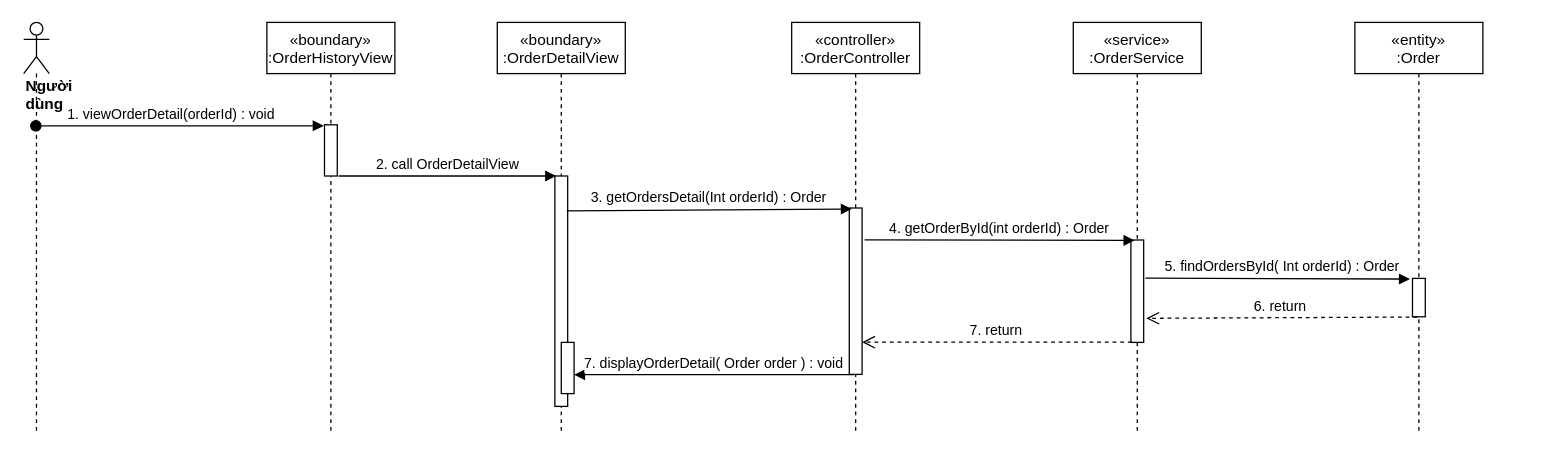
The draw.io diagram sequence diagram/view-OrderDetail.drawio in nguyenphamvan/datn_20202, before the edit. Source tidied: cells renumbered, new cells numbered last; positions are measured from the earlier drawing's top-left corner, leaving out a move shared by most shapes. Both pictures are drawn from the tidied source at 128%, with x=0, y=0 at pixel (23, 22).
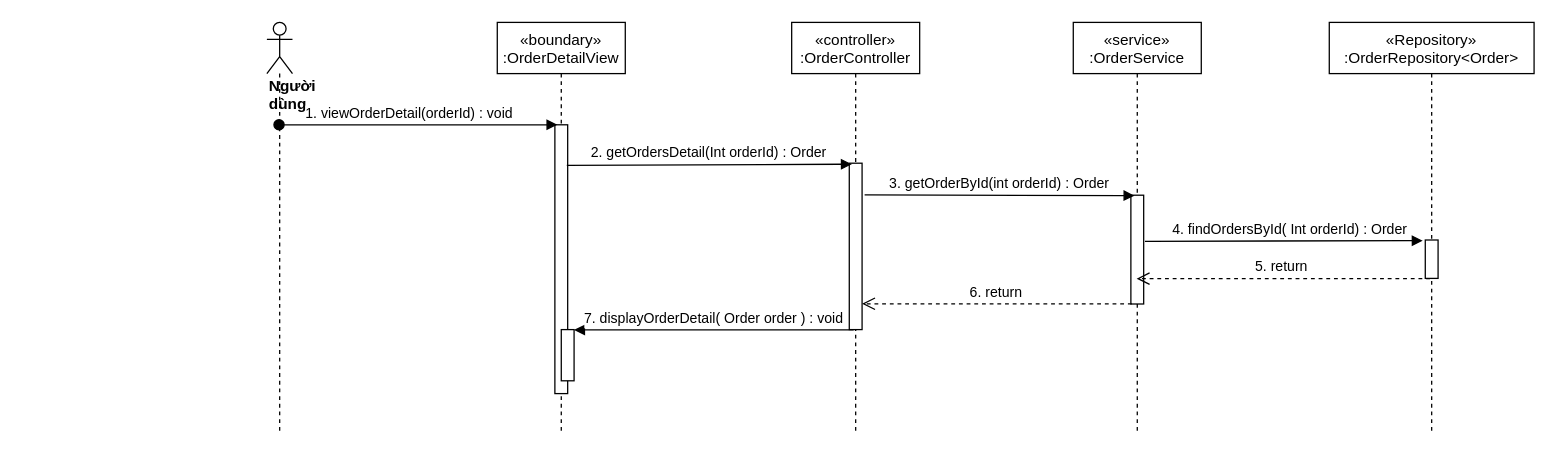
Above is the later version.

The change refers to these unchanged cells:
```xml
<mxCell id="2" value="«boundary»&#10;:OrderDetailView" style="shape=umlLifeline;perimeter=lifelinePerimeter;rounded=0;shadow=0;strokeWidth=1;" parent="1" vertex="1">
  <mxGeometry x="370" width="100" height="320" as="geometry" />
</mxCell>
<mxCell id="5" value="«controller»&#10;:OrderController" style="shape=umlLifeline;perimeter=lifelinePerimeter;rounded=0;shadow=0;strokeWidth=1;" parent="1" vertex="1">
  <mxGeometry x="600" width="100" height="320" as="geometry" />
</mxCell>
<mxCell id="9" value="«service»&#10;:OrderService" style="shape=umlLifeline;perimeter=lifelinePerimeter;rounded=0;shadow=0;strokeWidth=1;" parent="1" vertex="1">
  <mxGeometry x="820" width="100" height="320" as="geometry" />
</mxCell>
```

Diff of the diagram source:
```diff
@@
     <mxCell id="3" style="points=[];perimeter=orthogonalPerimeter;rounded=0;shadow=0;strokeWidth=1;" parent="2" vertex="1">
-      <mxGeometry x="45" y="120" width="10" height="180" as="geometry" />
+      <mxGeometry x="45" y="80" width="10" height="210" as="geometry" />
     </mxCell>
     <mxCell id="4" style="html=1;points=[];perimeter=orthogonalPerimeter;" parent="2" vertex="1">
-      <mxGeometry x="50" y="250" width="10" height="40" as="geometry" />
+      <mxGeometry x="50" y="240" width="10" height="40" as="geometry" />
     </mxCell>
@@
     <mxCell id="6" style="points=[];perimeter=orthogonalPerimeter;rounded=0;shadow=0;strokeWidth=1;" parent="5" vertex="1">
-      <mxGeometry x="45" y="145" width="10" height="130" as="geometry" />
+      <mxGeometry x="45" y="110" width="10" height="130" as="geometry" />
     </mxCell>
     <mxCell id="7" value="&lt;div&gt;&lt;b&gt;Người dùng&lt;/b&gt;&lt;/div&gt;" style="shape=umlLifeline;participant=umlActor;perimeter=lifelinePerimeter;whiteSpace=wrap;html=1;verticalAlign=top;spacingTop=36;outlineConnect=0;align=left;" parent="1" vertex="1">
-      <mxGeometry width="20" height="320" as="geometry" />
+      <mxGeometry x="190" width="20" height="320" as="geometry" />
     </mxCell>
-    <mxCell id="8" value="1. viewOrderDetail(orderId) : void" style="verticalAlign=bottom;startArrow=oval;endArrow=block;startSize=8;shadow=0;strokeWidth=1;entryX=-0.06;entryY=0.02;entryDx=0;entryDy=0;entryPerimeter=0;" parent="1" edge="1" source="7" target="20">
+    <mxCell id="8" value="1. viewOrderDetail(orderId) : void" style="verticalAlign=bottom;startArrow=oval;endArrow=block;startSize=8;shadow=0;strokeWidth=1;entryX=0.2;entryY=0;entryDx=0;entryDy=0;entryPerimeter=0;" parent="1" edge="1" source="7" target="3">
       <mxGeometry x="-0.06" relative="1" as="geometry" />
     </mxCell>
@@
     <mxCell id="10" style="points=[];perimeter=orthogonalPerimeter;rounded=0;shadow=0;strokeWidth=1;" parent="9" vertex="1">
-      <mxGeometry x="45" y="170" width="10" height="80" as="geometry" />
+      <mxGeometry x="45" y="135" width="10" height="85" as="geometry" />
     </mxCell>
-    <mxCell id="11" value="3. getOrdersDetail(Int orderId) : Order" style="html=1;verticalAlign=bottom;endArrow=block;exitX=0.933;exitY=0.151;exitDx=0;exitDy=0;exitPerimeter=0;entryX=0.2;entryY=0.006;entryDx=0;entryDy=0;entryPerimeter=0;" parent="1" edge="1" source="3" target="6">
+    <mxCell id="11" value="2. getOrdersDetail(Int orderId) : Order" style="html=1;verticalAlign=bottom;endArrow=block;exitX=0.933;exitY=0.151;exitDx=0;exitDy=0;exitPerimeter=0;entryX=0.2;entryY=0.006;entryDx=0;entryDy=0;entryPerimeter=0;" parent="1" edge="1" source="3" target="6">
       <mxGeometry relative="1" as="geometry" />
     </mxCell>
-    <mxCell id="12" value="4. getOrderById(int orderId) : Order" style="html=1;verticalAlign=bottom;endArrow=block;entryX=0.283;entryY=0.004;entryDx=0;entryDy=0;entryPerimeter=0;exitX=1.2;exitY=0.191;exitDx=0;exitDy=0;exitPerimeter=0;" parent="1" edge="1" source="6" target="10">
+    <mxCell id="12" value="3. getOrderById(int orderId) : Order" style="html=1;verticalAlign=bottom;endArrow=block;entryX=0.283;entryY=0.004;entryDx=0;entryDy=0;entryPerimeter=0;exitX=1.2;exitY=0.191;exitDx=0;exitDy=0;exitPerimeter=0;" parent="1" edge="1" source="6" target="10">
       <mxGeometry relative="1" as="geometry" />
     </mxCell>
-    <mxCell id="13" value="«entity»&#10;:Order" style="shape=umlLifeline;perimeter=lifelinePerimeter;rounded=0;shadow=0;strokeWidth=1;" parent="1" vertex="1">
-      <mxGeometry x="1040" width="100" height="320" as="geometry" />
+    <mxCell id="13" value="«Repository»&#10;:OrderRepository&lt;Order&gt;" style="shape=umlLifeline;perimeter=lifelinePerimeter;rounded=0;shadow=0;strokeWidth=1;" parent="1" vertex="1">
+      <mxGeometry x="1020" width="160" height="320" as="geometry" />
     </mxCell>
     <mxCell id="14" style="points=[];perimeter=orthogonalPerimeter;rounded=0;shadow=0;strokeWidth=1;" parent="13" vertex="1">
-      <mxGeometry x="45" y="200" width="10" height="30" as="geometry" />
+      <mxGeometry x="75" y="170" width="10" height="30" as="geometry" />
     </mxCell>
-    <mxCell id="15" value="5. findOrdersById( Int orderId) : Order" style="html=1;verticalAlign=bottom;endArrow=block;entryX=-0.2;entryY=0.017;entryDx=0;entryDy=0;entryPerimeter=0;exitX=1.133;exitY=0.373;exitDx=0;exitDy=0;exitPerimeter=0;" parent="1" edge="1" source="10" target="14">
-      <mxGeometry x="0.04" relative="1" as="geometry" />
+    <mxCell id="15" value="4. findOrdersById( Int orderId) : Order" style="html=1;verticalAlign=bottom;endArrow=block;entryX=-0.2;entryY=0.017;entryDx=0;entryDy=0;entryPerimeter=0;" parent="1" edge="1" target="14">
+      <mxGeometry x="0.04" relative="1" as="geometry">
+        <mxPoint x="876" y="171" as="sourcePoint" />
+      </mxGeometry>
     </mxCell>
-    <mxCell id="16" value="6. return&amp;nbsp;" style="html=1;verticalAlign=bottom;endArrow=open;dashed=1;endSize=8;exitX=0.367;exitY=1.006;exitDx=0;exitDy=0;exitPerimeter=0;entryX=1.2;entryY=0.765;entryDx=0;entryDy=0;entryPerimeter=0;" parent="1" edge="1" source="14" target="10">
+    <mxCell id="16" value="5. return&amp;nbsp;" style="html=1;verticalAlign=bottom;endArrow=open;dashed=1;endSize=8;exitX=0.367;exitY=1.006;exitDx=0;exitDy=0;exitPerimeter=0;" parent="1" edge="1" source="14" target="9">
       <mxGeometry relative="1" as="geometry" />
     </mxCell>
-    <mxCell id="17" value="7. return&amp;nbsp;" style="html=1;verticalAlign=bottom;endArrow=open;dashed=1;endSize=8;exitX=0.067;exitY=0.998;exitDx=0;exitDy=0;exitPerimeter=0;" parent="1" edge="1" source="10" target="6">
+    <mxCell id="17" value="6. return&amp;nbsp;" style="html=1;verticalAlign=bottom;endArrow=open;dashed=1;endSize=8;exitX=0.067;exitY=0.998;exitDx=0;exitDy=0;exitPerimeter=0;" parent="1" edge="1" source="10" target="6">
       <mxGeometry relative="1" as="geometry" />
     </mxCell>
@@
-    <mxCell id="19" value="«boundary»&#10;:OrderHistoryView" style="shape=umlLifeline;perimeter=lifelinePerimeter;rounded=0;shadow=0;strokeWidth=1;" parent="1" vertex="1">
-      <mxGeometry x="190" width="100" height="320" as="geometry" />
-    </mxCell>
-    <mxCell id="20" style="points=[];perimeter=orthogonalPerimeter;rounded=0;shadow=0;strokeWidth=1;" parent="19" vertex="1">
-      <mxGeometry x="45" y="80" width="10" height="40" as="geometry" />
-    </mxCell>
-    <mxCell id="21" value="2. call OrderDetailView" style="html=1;verticalAlign=bottom;endArrow=block;exitX=1.1;exitY=1;exitDx=0;exitDy=0;exitPerimeter=0;entryX=0.1;entryY=0;entryDx=0;entryDy=0;entryPerimeter=0;" parent="1" edge="1" source="20" target="3">
-      <mxGeometry relative="1" as="geometry" />
-    </mxCell>
```
